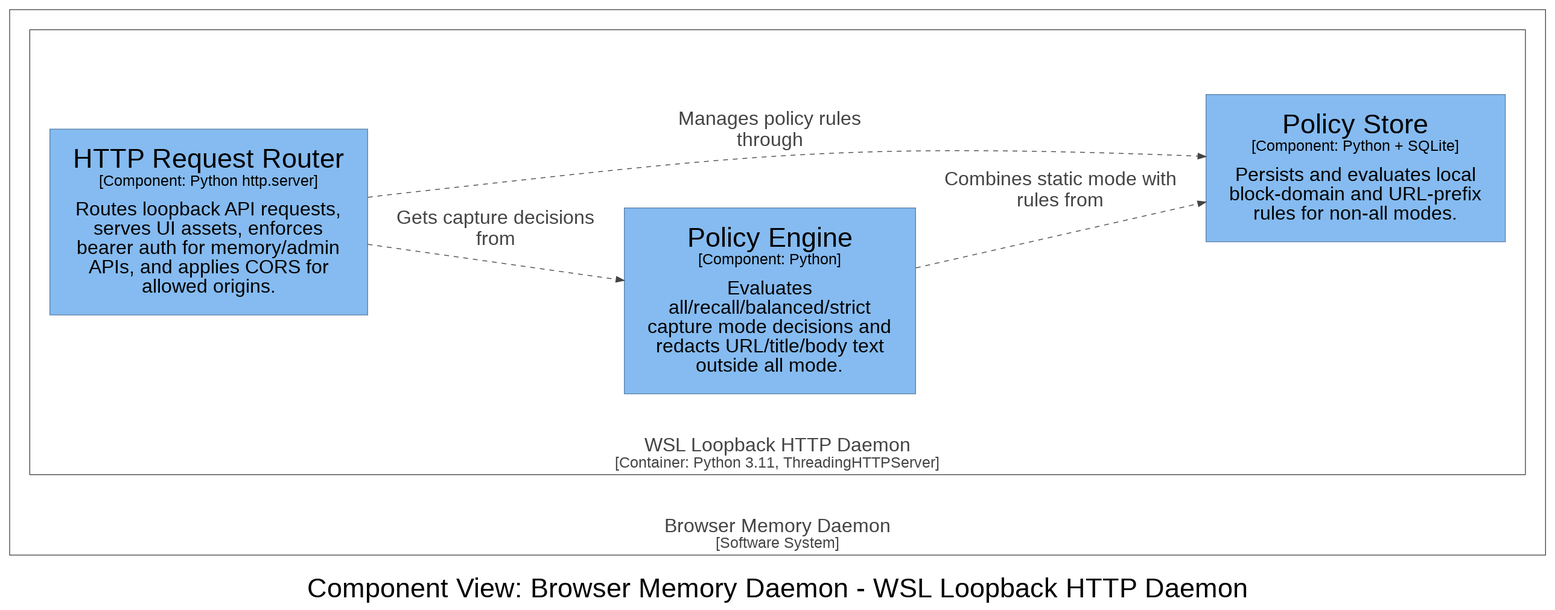
Earlier version of the Graphviz export architecture/diagrams/dot-rendered/structurizr-DaemonPolicyComponents.png (michaelnicks0/browser-memory-daemon). Its source is kept beside it as architecture/diagrams/dot/structurizr-DaemonPolicyComponents.dot.
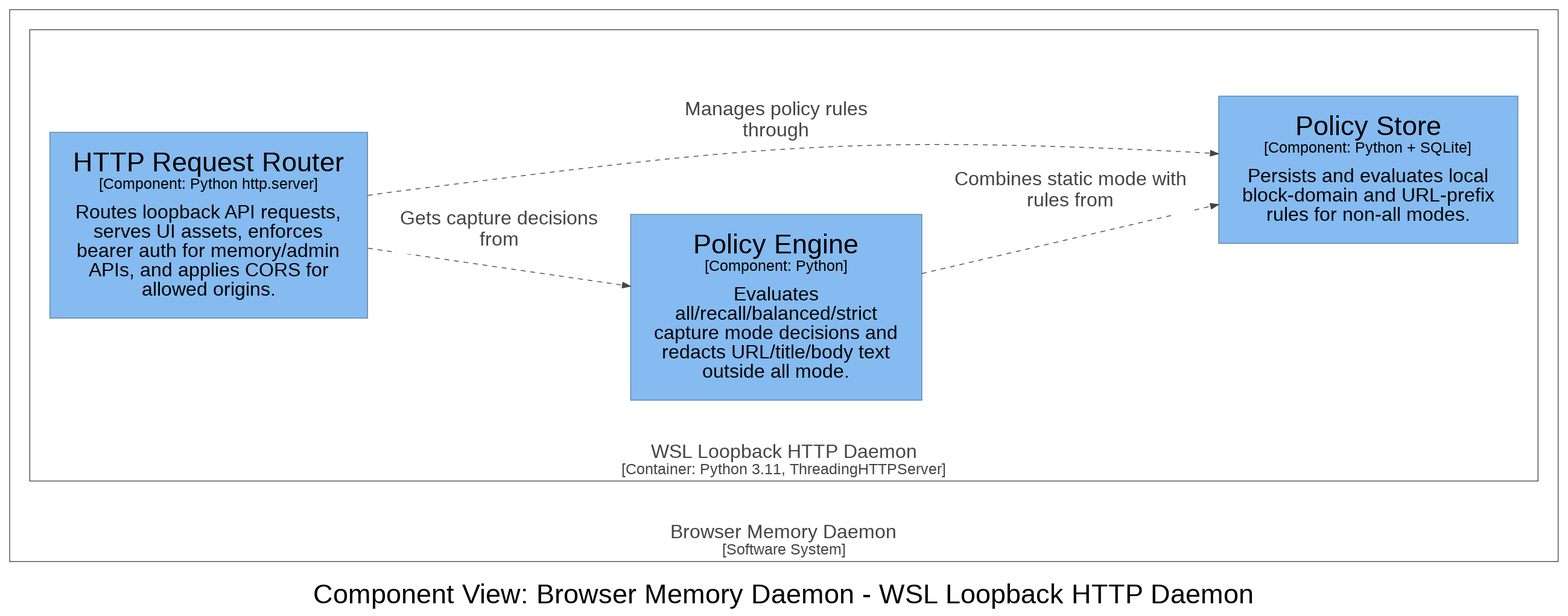
After the commit.

What changed in the source:
```diff
@@ -28,8 +28,8 @@
 
   }
 
-  15 -> 16 [id=61, label=<<font point-size="24">Gets capture decisions<br />from</font>>, style="dashed", color="#444444", fontcolor="#444444"]
-  15 -> 17 [id=62, label=<<font point-size="24">Manages policy rules<br />through</font>>, style="dashed", color="#444444", fontcolor="#444444"]
-  16 -> 17 [id=69, label=<<font point-size="24">Combines static mode with<br />rules from</font>>, style="dashed", color="#444444", fontcolor="#444444"]
+  15 -> 16 [id=61, label=<<TABLE BORDER="0" CELLBORDER="0" CELLSPACING="0" CELLPADDING="4" BGCOLOR="white"><TR><TD><font point-size="24">Gets capture decisions<br />from</font></TD></TR></TABLE>>, style="dashed", color="#444444", fontcolor="#444444"]
+  15 -> 17 [id=62, label=<<TABLE BORDER="0" CELLBORDER="0" CELLSPACING="0" CELLPADDING="4" BGCOLOR="white"><TR><TD><font point-size="24">Manages policy rules<br />through</font></TD></TR></TABLE>>, style="dashed", color="#444444", fontcolor="#444444"]
+  16 -> 17 [id=69, label=<<TABLE BORDER="0" CELLBORDER="0" CELLSPACING="0" CELLPADDING="4" BGCOLOR="white"><TR><TD><font point-size="24">Combines static mode with<br />rules from</font></TD></TR></TABLE>>, style="dashed", color="#444444", fontcolor="#444444"]
 
 }
```
